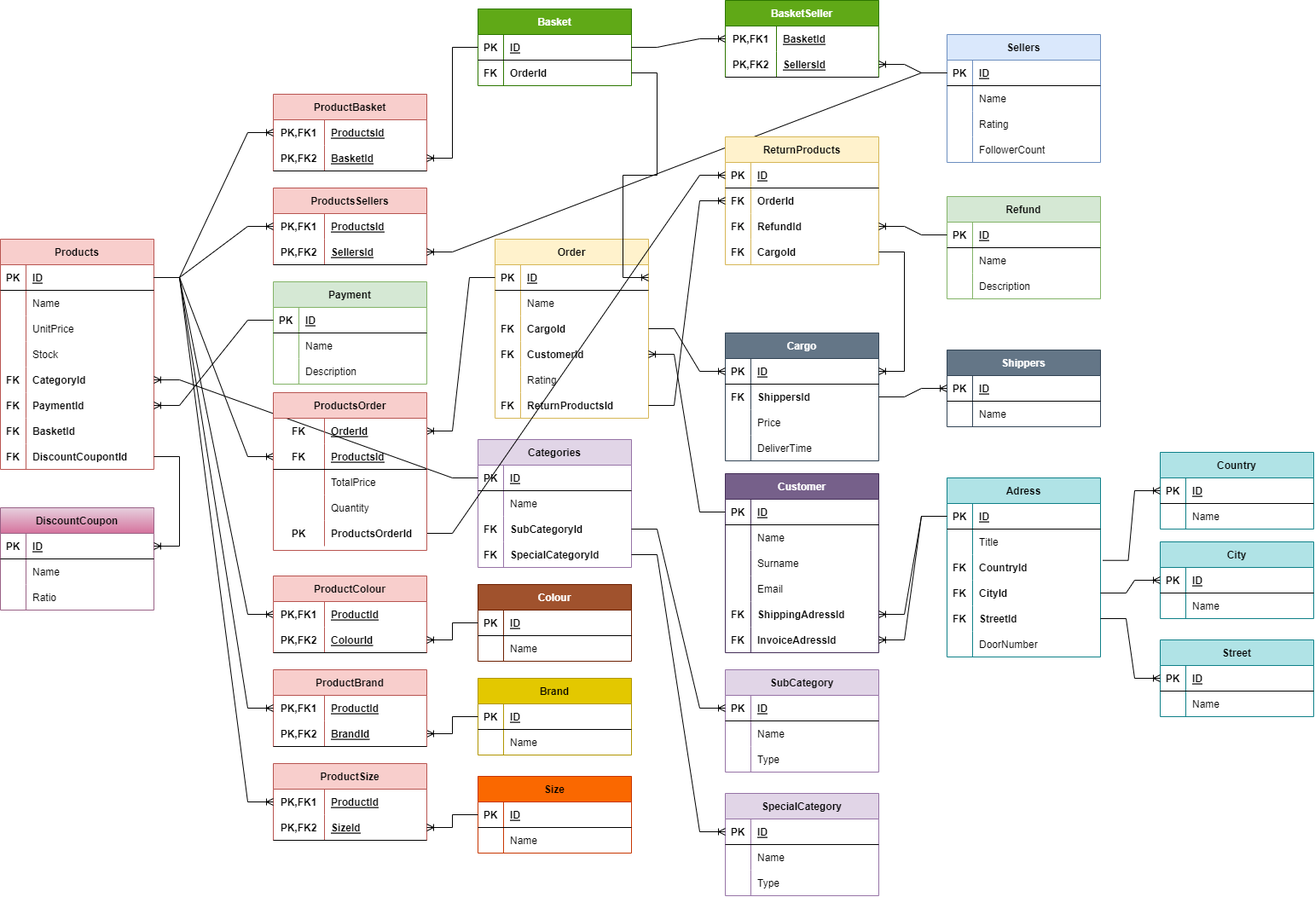
ZakirMK/Etiya-Akademi keeps this draw.io diagram as 24-11-2022_Pair9_HW.drawio.png. Above is the earlier version. Source tidied: cells renumbered, new cells last; positions are measured from the earlier drawing's top-left corner, leaving out a move shared by most shapes.
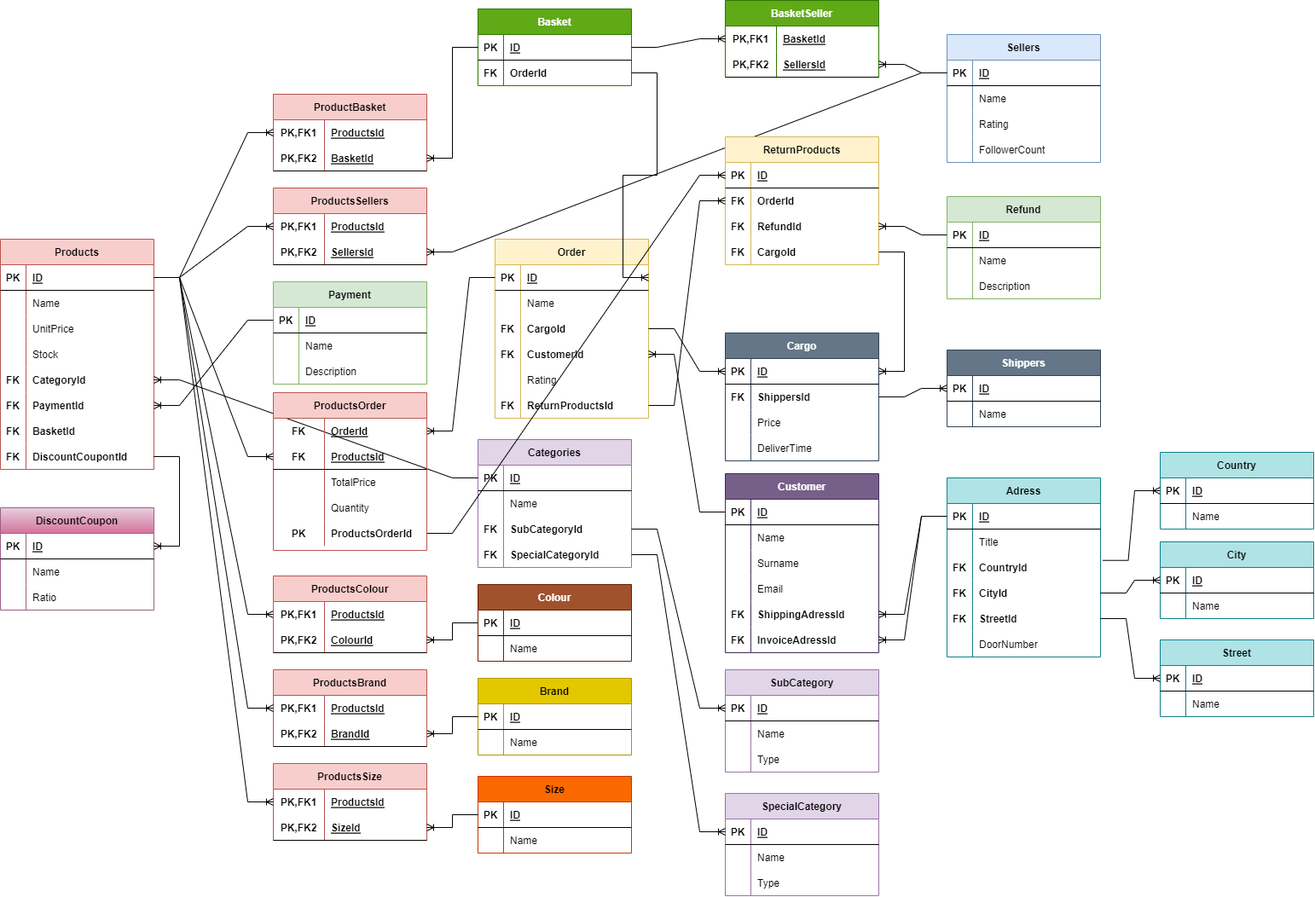
After the change.

Change to the diagram source:
```diff
@@ -416,7 +416,7 @@
     <mxCell id="139" value="Name" style="shape=partialRectangle;fillColor=none;top=0;left=0;bottom=0;right=0;align=left;spacingLeft=6;overflow=hidden;" parent="137" vertex="1">
       <mxGeometry x="30" width="150" height="30" as="geometry" />
     </mxCell>
-    <mxCell id="140" value="ProductColour" style="shape=table;startSize=30;rowLines=0;fontStyle=1;align=center;fillColor=#f8cecc;strokeColor=#b85450;" parent="1" vertex="1">
+    <mxCell id="140" value="ProductsColour" style="shape=table;startSize=30;rowLines=0;fontStyle=1;align=center;fillColor=#f8cecc;strokeColor=#b85450;" parent="1" vertex="1">
       <mxGeometry x="320" y="675" width="180" height="90" as="geometry" />
     </mxCell>
     <mxCell id="141" style="shape=tableRow;horizontal=0;startSize=0;swimlaneHead=0;swimlaneBody=0;fillColor=none;points=[[0,0.5],[1,0.5]];portConstraint=eastwest;top=0;left=0;right=0;bottom=0;" parent="140" vertex="1">
@@ -425,7 +425,7 @@
     <mxCell id="142" value="PK,FK1" style="shape=partialRectangle;fillColor=none;top=0;left=0;bottom=0;right=0;fontStyle=1;overflow=hidden;" parent="141" vertex="1">
       <mxGeometry width="60" height="30" as="geometry" />
     </mxCell>
-    <mxCell id="143" value="ProductId" style="shape=partialRectangle;fillColor=none;top=0;left=0;bottom=0;right=0;align=left;spacingLeft=6;fontStyle=5;overflow=hidden;" parent="141" vertex="1">
+    <mxCell id="143" value="ProductsId" style="shape=partialRectangle;fillColor=none;top=0;left=0;bottom=0;right=0;align=left;spacingLeft=6;fontStyle=5;overflow=hidden;" parent="141" vertex="1">
       <mxGeometry x="60" width="120" height="30" as="geometry" />
     </mxCell>
     <mxCell id="144" style="shape=tableRow;horizontal=0;startSize=0;swimlaneHead=0;swimlaneBody=0;fillColor=none;points=[[0,0.5],[1,0.5]];portConstraint=eastwest;top=0;left=0;right=0;bottom=1;" parent="140" vertex="1">
@@ -503,7 +503,7 @@
     <mxCell id="168" style="edgeStyle=entityRelationEdgeStyle;fontSize=12;html=1;endArrow=ERoneToMany;rounded=0;entryX=1;entryY=0.5;entryDx=0;entryDy=0;exitX=0;exitY=0.5;exitDx=0;exitDy=0;" parent="1" edge="1" source="162" target="173">
       <mxGeometry relative="1" as="geometry" />
     </mxCell>
-    <mxCell id="169" value="ProductBrand" style="shape=table;startSize=30;rowLines=0;fontStyle=1;align=center;fillColor=#f8cecc;strokeColor=#b85450;" parent="1" vertex="1">
+    <mxCell id="169" value="ProductsBrand" style="shape=table;startSize=30;rowLines=0;fontStyle=1;align=center;fillColor=#f8cecc;strokeColor=#b85450;" parent="1" vertex="1">
       <mxGeometry x="320" y="785" width="180" height="90" as="geometry" />
     </mxCell>
     <mxCell id="170" style="shape=tableRow;horizontal=0;startSize=0;swimlaneHead=0;swimlaneBody=0;fillColor=none;points=[[0,0.5],[1,0.5]];portConstraint=eastwest;top=0;left=0;right=0;bottom=0;" parent="169" vertex="1">
@@ -512,7 +512,7 @@
     <mxCell id="171" value="PK,FK1" style="shape=partialRectangle;fillColor=none;top=0;left=0;bottom=0;right=0;fontStyle=1;overflow=hidden;" parent="170" vertex="1">
       <mxGeometry width="60" height="30" as="geometry" />
     </mxCell>
-    <mxCell id="172" value="ProductId" style="shape=partialRectangle;fillColor=none;top=0;left=0;bottom=0;right=0;align=left;spacingLeft=6;fontStyle=5;overflow=hidden;" parent="170" vertex="1">
+    <mxCell id="172" value="ProductsId" style="shape=partialRectangle;fillColor=none;top=0;left=0;bottom=0;right=0;align=left;spacingLeft=6;fontStyle=5;overflow=hidden;" parent="170" vertex="1">
       <mxGeometry x="60" width="120" height="30" as="geometry" />
     </mxCell>
     <mxCell id="173" style="shape=tableRow;horizontal=0;startSize=0;swimlaneHead=0;swimlaneBody=0;fillColor=none;points=[[0,0.5],[1,0.5]];portConstraint=eastwest;top=0;left=0;right=0;bottom=1;" parent="169" vertex="1">
@@ -551,7 +551,7 @@
     <mxCell id="184" value="Name" style="shape=partialRectangle;fillColor=none;top=0;left=0;bottom=0;right=0;align=left;spacingLeft=6;overflow=hidden;" parent="182" vertex="1">
       <mxGeometry x="30" width="150" height="30" as="geometry" />
     </mxCell>
-    <mxCell id="185" value="ProductSize" style="shape=table;startSize=30;rowLines=0;fontStyle=1;align=center;fillColor=#f8cecc;strokeColor=#b85450;" parent="1" vertex="1">
+    <mxCell id="185" value="ProductsSize" style="shape=table;startSize=30;rowLines=0;fontStyle=1;align=center;fillColor=#f8cecc;strokeColor=#b85450;" parent="1" vertex="1">
       <mxGeometry x="320" y="895" width="180" height="90" as="geometry" />
     </mxCell>
     <mxCell id="186" style="shape=tableRow;horizontal=0;startSize=0;swimlaneHead=0;swimlaneBody=0;fillColor=none;points=[[0,0.5],[1,0.5]];portConstraint=eastwest;top=0;left=0;right=0;bottom=0;" parent="185" vertex="1">
@@ -560,7 +560,7 @@
     <mxCell id="187" value="PK,FK1" style="shape=partialRectangle;fillColor=none;top=0;left=0;bottom=0;right=0;fontStyle=1;overflow=hidden;" parent="186" vertex="1">
       <mxGeometry width="60" height="30" as="geometry" />
     </mxCell>
-    <mxCell id="188" value="ProductId" style="shape=partialRectangle;fillColor=none;top=0;left=0;bottom=0;right=0;align=left;spacingLeft=6;fontStyle=5;overflow=hidden;" parent="186" vertex="1">
+    <mxCell id="188" value="ProductsId" style="shape=partialRectangle;fillColor=none;top=0;left=0;bottom=0;right=0;align=left;spacingLeft=6;fontStyle=5;overflow=hidden;" parent="186" vertex="1">
       <mxGeometry x="60" width="120" height="30" as="geometry" />
     </mxCell>
     <mxCell id="189" style="shape=tableRow;horizontal=0;startSize=0;swimlaneHead=0;swimlaneBody=0;fillColor=none;points=[[0,0.5],[1,0.5]];portConstraint=eastwest;top=0;left=0;right=0;bottom=1;" parent="185" vertex="1">
```
